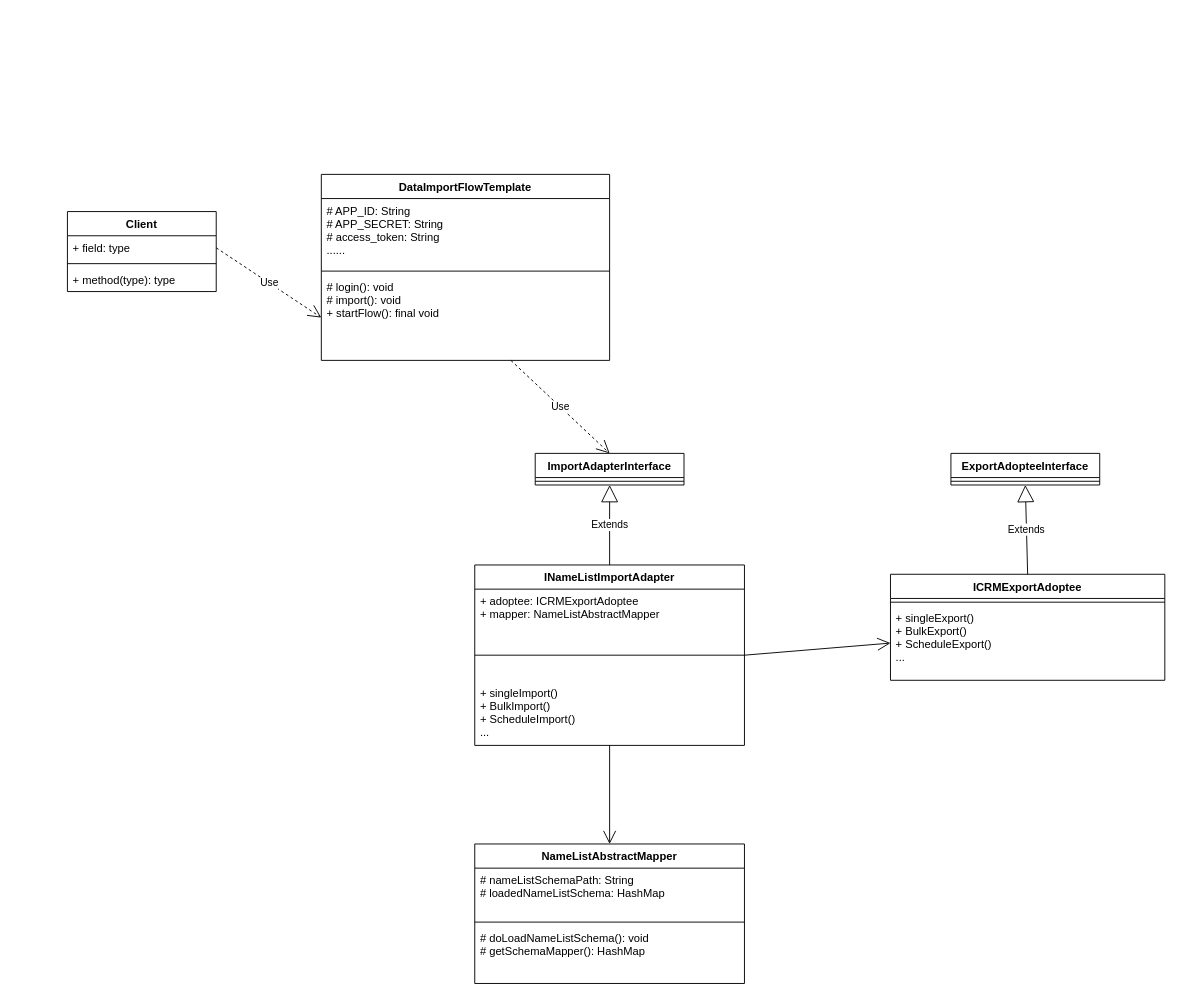
The draw.io diagram crm-adapter.drawio in lshunran/drawIO, before the edit. Source tidied: cells renumbered, new cells numbered last; positions are measured from the earlier drawing's top-left corner, leaving out a move shared by most shapes. Both pictures are drawn from the tidied source at 93%, with x=0, y=0 at pixel (67, 174).
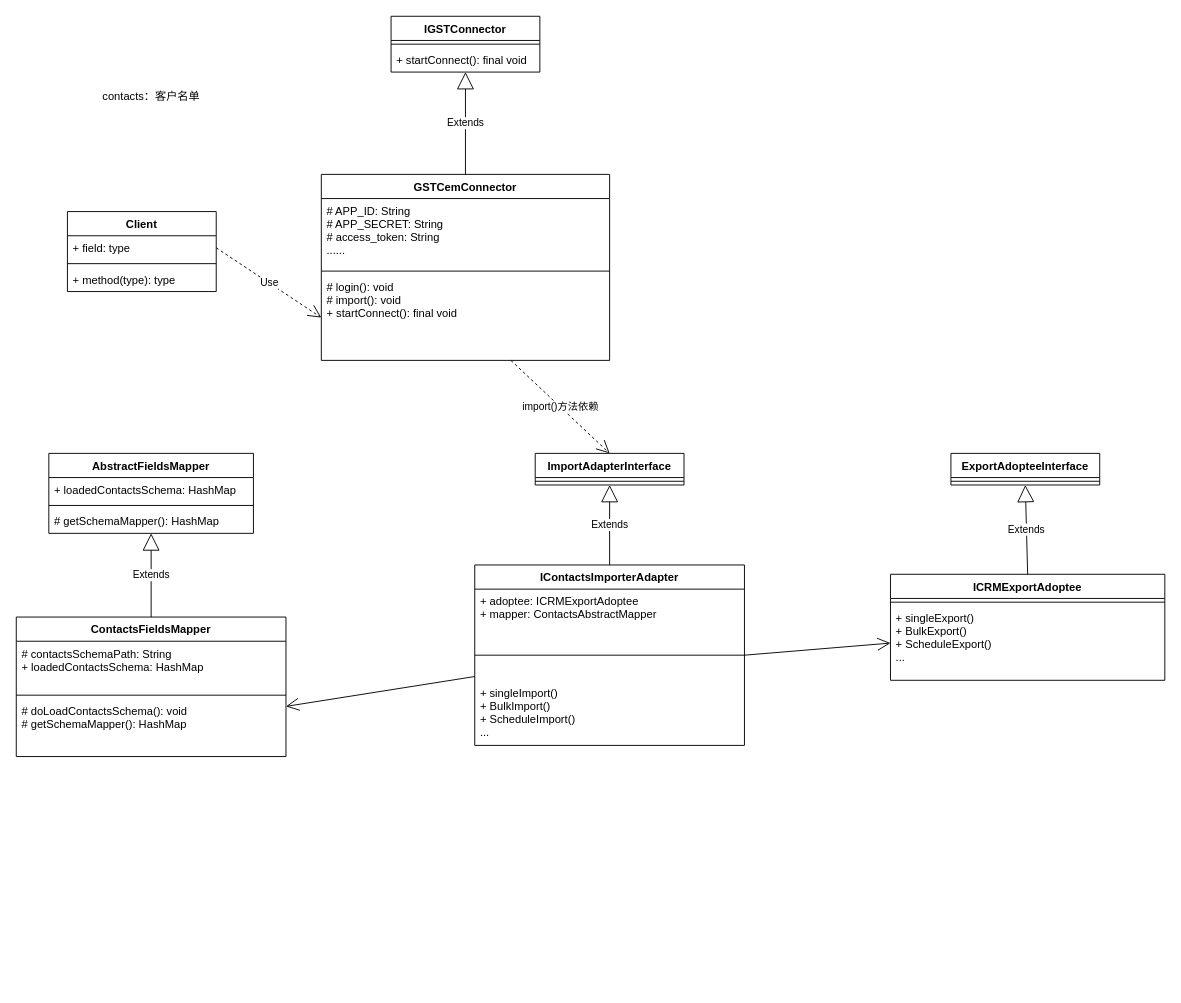
Above is the later version.

The change refers to these unchanged cells:
```xml
<mxCell id="2" value="ImportAdapterInterface" style="swimlane;fontStyle=1;align=center;verticalAlign=top;horizontal=1;startSize=26;" parent="1" vertex="1">
  <mxGeometry x="503" y="300" width="160" height="34" as="geometry" />
</mxCell>
<mxCell id="6" style="line;strokeWidth=1;fillColor=none;align=left;verticalAlign=middle;spacingTop=-1;spacingLeft=3;spacingRight=3;labelPosition=right;points=[];portConstraint=eastwest;" parent="4" vertex="1">
  <mxGeometry y="70" width="290" height="54" as="geometry" />
</mxCell>
<mxCell id="7" value="+ singleImport()&#10;+ BulkImport()&#10;+ ScheduleImport()&#10;..." style="text;strokeColor=none;fillColor=none;align=left;verticalAlign=top;spacingLeft=4;spacingRight=4;overflow=hidden;points=[[0,0.5],[1,0.5]];portConstraint=eastwest;" parent="4" vertex="1">
  <mxGeometry y="124" width="290" height="70" as="geometry" />
</mxCell>
```

The edit, as a diff of the source:
```diff
@@
-    <mxCell id="4" value="INameListImportAdapter" style="swimlane;fontStyle=1;align=center;verticalAlign=top;horizontal=1;startSize=26;" parent="1" vertex="1">
+    <mxCell id="4" value="IContactsImporterAdapter" style="swimlane;fontStyle=1;align=center;verticalAlign=top;horizontal=1;startSize=26;" parent="1" vertex="1">
       <mxGeometry x="438" y="420" width="290" height="194" as="geometry" />
     </mxCell>
-    <mxCell id="5" value="+ adoptee: ICRMExportAdoptee&#10;+ mapper: NameListAbstractMapper" style="text;strokeColor=none;fillColor=none;align=left;verticalAlign=top;spacingLeft=4;spacingRight=4;overflow=hidden;" parent="4" vertex="1">
+    <mxCell id="5" value="+ adoptee: ICRMExportAdoptee&#10;+ mapper: ContactsAbstractMapper" style="text;strokeColor=none;fillColor=none;align=left;verticalAlign=top;spacingLeft=4;spacingRight=4;overflow=hidden;" parent="4" vertex="1">
       <mxGeometry y="26" width="290" height="44" as="geometry" />
     </mxCell>
@@
-    <mxCell id="21" value="NameListAbstractMapper" style="swimlane;fontStyle=1;align=center;verticalAlign=top;horizontal=1;startSize=26;" parent="1" vertex="1">
-      <mxGeometry x="438" y="720" width="290" height="150" as="geometry" />
+    <mxCell id="21" value="ContactsFieldsMapper" style="swimlane;fontStyle=1;align=center;verticalAlign=top;horizontal=1;startSize=26;" parent="1" vertex="1">
+      <mxGeometry x="-55" y="476" width="290" height="150" as="geometry" />
     </mxCell>
-    <mxCell id="22" value="# nameListSchemaPath: String&#10;# loadedNameListSchema: HashMap" style="text;strokeColor=none;fillColor=none;align=left;verticalAlign=top;spacingLeft=4;spacingRight=4;overflow=hidden;" parent="21" vertex="1">
+    <mxCell id="22" value="# contactsSchemaPath: String&#10;+ loadedContactsSchema: HashMap" style="text;strokeColor=none;fillColor=none;align=left;verticalAlign=top;spacingLeft=4;spacingRight=4;overflow=hidden;" parent="21" vertex="1">
       <mxGeometry y="26" width="290" height="54" as="geometry" />
     </mxCell>
@@
-    <mxCell id="24" value="# doLoadNameListSchema(): void&#10;# getSchemaMapper(): HashMap" style="text;strokeColor=none;fillColor=none;align=left;verticalAlign=top;spacingLeft=4;spacingRight=4;overflow=hidden;points=[[0,0.5],[1,0.5]];portConstraint=eastwest;" parent="21" vertex="1">
+    <mxCell id="24" value="# doLoadContactsSchema(): void&#10;# getSchemaMapper(): HashMap" style="text;strokeColor=none;fillColor=none;align=left;verticalAlign=top;spacingLeft=4;spacingRight=4;overflow=hidden;points=[[0,0.5],[1,0.5]];portConstraint=eastwest;" parent="21" vertex="1">
       <mxGeometry y="88" width="290" height="62" as="geometry" />
     </mxCell>
-    <mxCell id="25" style="endArrow=open;endFill=1;endSize=12;html=1;entryX=0.5;entryY=0;entryDx=0;entryDy=0;" parent="1" edge="1" source="7" target="21">
+    <mxCell id="25" style="endArrow=open;endFill=1;endSize=12;html=1;" parent="1" edge="1" source="6" target="24">
       <mxGeometry relative="1" as="geometry" />
     </mxCell>
-    <mxCell id="26" value="DataImportFlowTemplate" style="swimlane;fontStyle=1;align=center;verticalAlign=top;horizontal=1;startSize=26;" parent="1" vertex="1">
+    <mxCell id="26" value="GSTCemConnector" style="swimlane;fontStyle=1;align=center;verticalAlign=top;horizontal=1;startSize=26;" parent="1" vertex="1">
       <mxGeometry x="273" width="310" height="200" as="geometry" />
     </mxCell>
@@
-    <mxCell id="29" value="# login(): void&#10;# import(): void&#10;+ startFlow(): final void" style="text;strokeColor=none;fillColor=none;align=left;verticalAlign=top;spacingLeft=4;spacingRight=4;overflow=hidden;points=[[0,0.5],[1,0.5]];portConstraint=eastwest;" parent="26" vertex="1">
+    <mxCell id="29" value="# login(): void&#10;# import(): void&#10;+ startConnect(): final void" style="text;strokeColor=none;fillColor=none;align=left;verticalAlign=top;spacingLeft=4;spacingRight=4;overflow=hidden;points=[[0,0.5],[1,0.5]];portConstraint=eastwest;" parent="26" vertex="1">
       <mxGeometry y="108" width="310" height="92" as="geometry" />
     </mxCell>
-    <mxCell id="30" value="Use" style="endArrow=open;endSize=12;dashed=1;html=1;entryX=0.5;entryY=0;entryDx=0;entryDy=0;" parent="1" edge="1" source="29" target="2">
+    <mxCell id="30" value="import()方法依赖" style="endArrow=open;endSize=12;dashed=1;html=1;entryX=0.5;entryY=0;entryDx=0;entryDy=0;" parent="1" edge="1" source="29" target="2">
       <mxGeometry relative="1" as="geometry" />
     </mxCell>
+    <mxCell id="31" value="AbstractFieldsMapper" style="swimlane;fontStyle=1;align=center;verticalAlign=top;horizontal=1;startSize=26;" parent="1" vertex="1">
+      <mxGeometry x="-20" y="300" width="220" height="86" as="geometry" />
+    </mxCell>
+    <mxCell id="32" value="+ loadedContactsSchema: HashMap" style="text;strokeColor=none;fillColor=none;align=left;verticalAlign=top;spacingLeft=4;spacingRight=4;overflow=hidden;" parent="31" vertex="1">
+      <mxGeometry y="26" width="220" height="26" as="geometry" />
+    </mxCell>
+    <mxCell id="33" style="line;strokeWidth=1;fillColor=none;align=left;verticalAlign=middle;spacingTop=-1;spacingLeft=3;spacingRight=3;labelPosition=right;" parent="31" vertex="1">
+      <mxGeometry y="52" width="220" height="8" as="geometry" />
+    </mxCell>
+    <mxCell id="34" value="# getSchemaMapper(): HashMap" style="text;strokeColor=none;fillColor=none;align=left;verticalAlign=top;spacingLeft=4;spacingRight=4;overflow=hidden;points=[[0,0.5],[1,0.5]];portConstraint=eastwest;" parent="31" vertex="1">
+      <mxGeometry y="60" width="220" height="26" as="geometry" />
+    </mxCell>
+    <mxCell id="35" value="Extends" style="endArrow=block;endSize=16;endFill=0;html=1;exitX=0.5;exitY=0;exitDx=0;exitDy=0;" parent="1" edge="1" source="21" target="34">
+      <mxGeometry relative="1" as="geometry" />
+    </mxCell>
+    <mxCell id="36" value="contacts：客户名单" style="text;html=1;align=left;verticalAlign=top;spacingTop=-4;" parent="1" vertex="1">
+      <mxGeometry x="36" y="-93" width="120" height="20" as="geometry" />
+    </mxCell>
+    <mxCell id="37" value="IGSTConnector" style="swimlane;fontStyle=1;align=center;verticalAlign=top;horizontal=1;startSize=26;" parent="1" vertex="1">
+      <mxGeometry x="348" y="-170" width="160" height="60" as="geometry" />
+    </mxCell>
+    <mxCell id="38" style="line;strokeWidth=1;fillColor=none;align=left;verticalAlign=middle;spacingTop=-1;spacingLeft=3;spacingRight=3;labelPosition=right;" parent="37" vertex="1">
+      <mxGeometry y="26" width="160" height="8" as="geometry" />
+    </mxCell>
+    <mxCell id="39" value="+ startConnect(): final void" style="text;strokeColor=none;fillColor=none;align=left;verticalAlign=top;spacingLeft=4;spacingRight=4;overflow=hidden;points=[[0,0.5],[1,0.5]];portConstraint=eastwest;" parent="37" vertex="1">
+      <mxGeometry y="34" width="160" height="26" as="geometry" />
+    </mxCell>
+    <mxCell id="40" value="Extends" style="endArrow=block;endSize=16;endFill=0;html=1;exitX=0.5;exitY=0;exitDx=0;exitDy=0;" parent="1" edge="1" source="26" target="39">
+      <mxGeometry relative="1" as="geometry" />
+    </mxCell>
```
